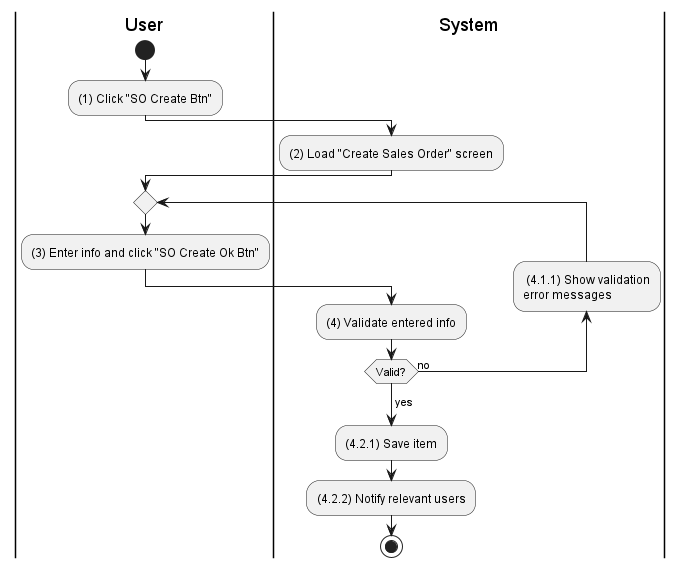
Before: activities/sales-order-create.png, a diagram exported from PlantUML (phihungha/scmss-reqs).
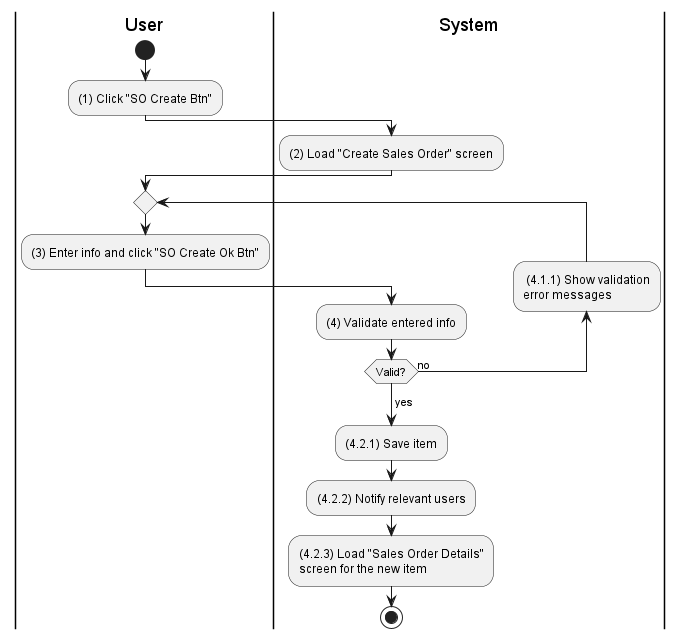
The same file after the commit.

Change to the diagram source:
```diff
@@ -19,5 +19,6 @@
 ->yes;
 :(4.2.1) Save item;
 :(4.2.2) Notify relevant users;
+:(4.2.3) Load "Sales Order Details"\nscreen for the new item;
 stop
 @enduml
```
